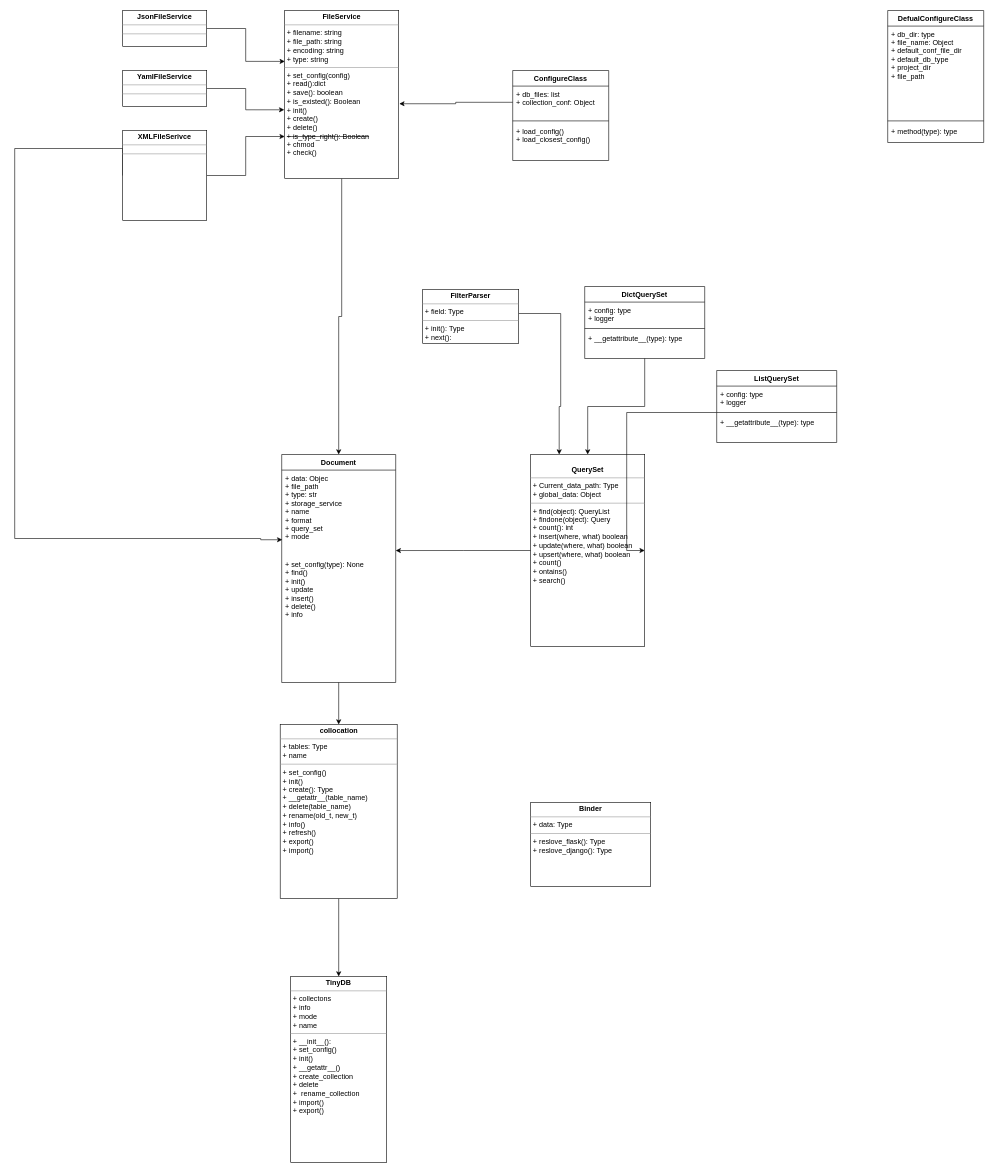
liangsqrt/FileDB keeps this draw.io diagram as stucture.drawio. Above is the earlier version. Source tidied: cells renumbered, new cells numbered last; positions are measured from the earlier drawing's top-left corner, leaving out a move shared by most shapes. Both pictures are drawn from the tidied source at 60%, with x=0, y=0 at pixel (14, 10).
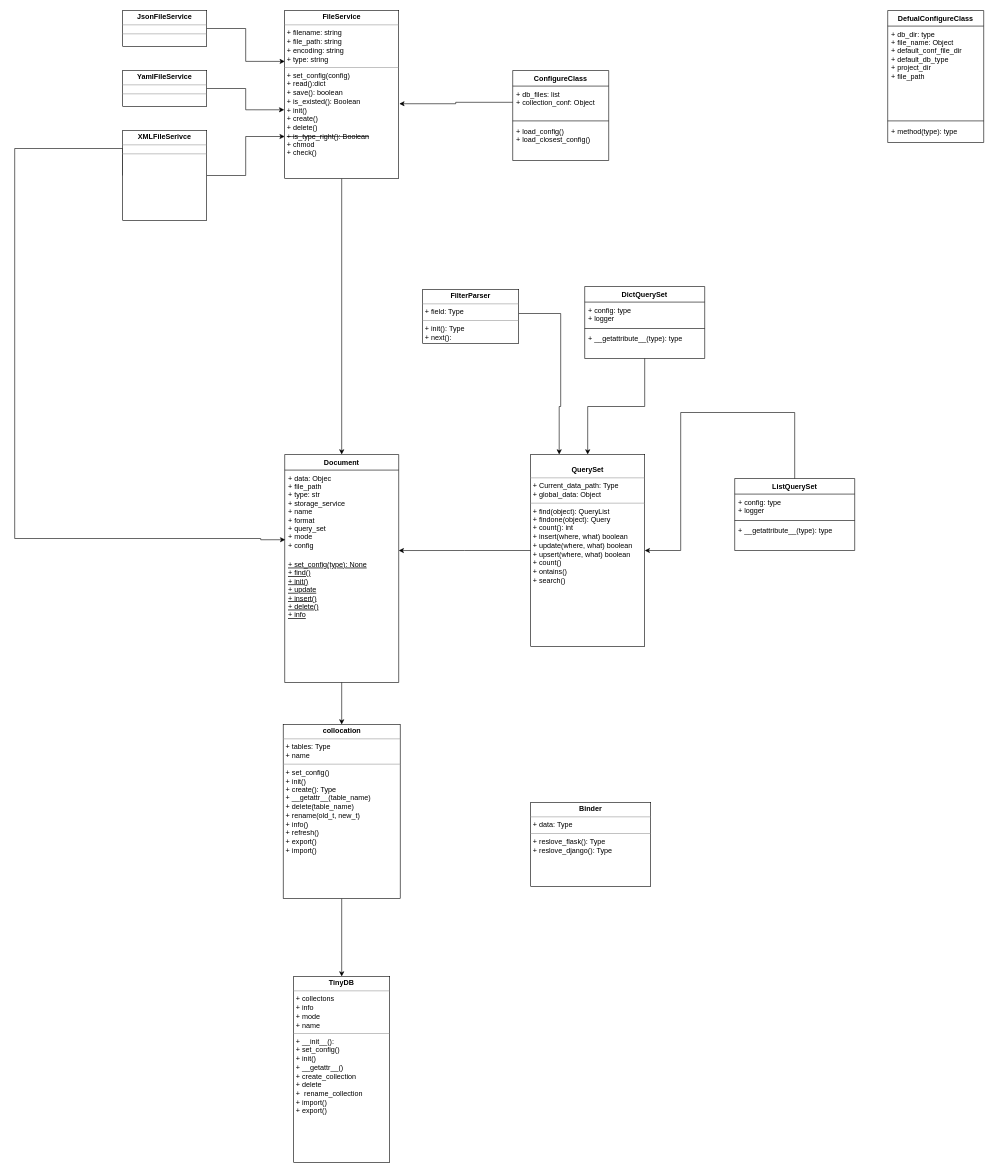
Above is the later version.

Unchanged cells that the change refers to:
```xml
<mxCell id="13" value="&lt;p style=&quot;margin: 0px ; margin-top: 4px ; text-align: center&quot;&gt;&lt;br&gt;&lt;b&gt;QuerySet&lt;/b&gt;&lt;/p&gt;&lt;hr size=&quot;1&quot;&gt;&lt;p style=&quot;margin: 0px ; margin-left: 4px&quot;&gt;+ Current_data_path: Type&lt;br&gt;+ global_data: Object&lt;/p&gt;&lt;hr size=&quot;1&quot;&gt;&lt;p style=&quot;margin: 0px ; margin-left: 4px&quot;&gt;+ find(object): QueryList&lt;br&gt;+ findone(object): Query&lt;/p&gt;&lt;p style=&quot;margin: 0px ; margin-left: 4px&quot;&gt;+ count(): int&lt;/p&gt;&lt;p style=&quot;margin: 0px ; margin-left: 4px&quot;&gt;+ insert(where, what) boolean&lt;/p&gt;&lt;p style=&quot;margin: 0px ; margin-left: 4px&quot;&gt;+ update(where, what) boolean&lt;/p&gt;&lt;p style=&quot;margin: 0px ; margin-left: 4px&quot;&gt;+ upsert(where, what) boolean&lt;/p&gt;&lt;p style=&quot;margin: 0px ; margin-left: 4px&quot;&gt;+ count()&lt;/p&gt;&lt;p style=&quot;margin: 0px ; margin-left: 4px&quot;&gt;+ ontains()&lt;/p&gt;&lt;p style=&quot;margin: 0px ; margin-left: 4px&quot;&gt;+ search()&lt;/p&gt;" style="verticalAlign=top;align=left;overflow=fill;fontSize=12;fontFamily=Helvetica;html=1;" parent="1" vertex="1">
  <mxGeometry x="860" y="740" width="190" height="320" as="geometry" />
</mxCell>
```

Diff of the diagram source:
```diff
@@
     <mxCell id="21" value="ListQuerySet" style="swimlane;fontStyle=1;align=center;verticalAlign=top;horizontal=1;startSize=26;" parent="1" vertex="1">
-      <mxGeometry x="1170" y="600" width="200" height="120" as="geometry" />
+      <mxGeometry x="1200" y="780" width="200" height="120" as="geometry" />
     </mxCell>
@@
+    <mxCell id="39" value="Document" style="swimlane;fontStyle=1;align=center;verticalAlign=top;horizontal=1;startSize=26;" parent="1" vertex="1">
+      <mxGeometry x="450" y="740" width="190" height="380" as="geometry" />
+    </mxCell>
+    <mxCell id="40" value="+ data: Objec&#10;+ file_path&#10;+ type: str&#10;+ storage_service&#10;+ name&#10;+ format&#10;+ query_set&#10;+ mode&#10;+ config" style="text;strokeColor=none;fillColor=none;align=left;verticalAlign=top;spacingLeft=4;spacingRight=4;overflow=hidden;points=[[0,0.5],[1,0.5]];portConstraint=eastwest;" parent="39" vertex="1">
+      <mxGeometry y="26" width="190" height="144" as="geometry" />
+    </mxCell>
+    <mxCell id="41" value="+ set_config(type): None&#10;+ find()&#10;+ init()&#10;+ update&#10;+ insert()&#10;+ delete()&#10;+ info" style="text;strokeColor=none;fillColor=none;align=left;verticalAlign=top;spacingLeft=4;spacingRight=4;overflow=hidden;fontStyle=4;" parent="39" vertex="1">
+      <mxGeometry y="170" width="190" height="210" as="geometry" />
+    </mxCell>
     <mxCell id="25" value="&lt;p style=&quot;margin: 0px ; margin-top: 4px ; text-align: center&quot;&gt;&lt;b&gt;TinyDB&lt;/b&gt;&lt;/p&gt;&lt;hr size=&quot;1&quot;&gt;&lt;p style=&quot;margin: 0px ; margin-left: 4px&quot;&gt;&lt;span&gt;+ collectons&lt;/span&gt;&lt;br&gt;&lt;/p&gt;&lt;p style=&quot;margin: 0px ; margin-left: 4px&quot;&gt;&lt;span&gt;+ info&lt;/span&gt;&lt;/p&gt;&lt;p style=&quot;margin: 0px ; margin-left: 4px&quot;&gt;&lt;span&gt;+ mode&lt;/span&gt;&lt;/p&gt;&lt;p style=&quot;margin: 0px ; margin-left: 4px&quot;&gt;&lt;span&gt;+ name&lt;/span&gt;&lt;/p&gt;&lt;hr size=&quot;1&quot;&gt;&lt;p style=&quot;margin: 0px ; margin-left: 4px&quot;&gt;+ __init__():&amp;nbsp;&lt;/p&gt;&lt;p style=&quot;margin: 0px ; margin-left: 4px&quot;&gt;+ set_config()&lt;/p&gt;&lt;p style=&quot;margin: 0px ; margin-left: 4px&quot;&gt;+ init()&lt;/p&gt;&lt;p style=&quot;margin: 0px ; margin-left: 4px&quot;&gt;+ __getattr__()&lt;/p&gt;&lt;p style=&quot;margin: 0px ; margin-left: 4px&quot;&gt;+ create_collection&lt;/p&gt;&lt;p style=&quot;margin: 0px ; margin-left: 4px&quot;&gt;+ delete&lt;/p&gt;&lt;p style=&quot;margin: 0px ; margin-left: 4px&quot;&gt;+&amp;nbsp; rename_collection&lt;/p&gt;&lt;p style=&quot;margin: 0px ; margin-left: 4px&quot;&gt;+ import()&lt;/p&gt;&lt;p style=&quot;margin: 0px ; margin-left: 4px&quot;&gt;+ export()&lt;/p&gt;" style="verticalAlign=top;align=left;overflow=fill;fontSize=12;fontFamily=Helvetica;html=1;" parent="1" vertex="1">
-      <mxGeometry x="460" y="1610" width="160" height="310" as="geometry" />
+      <mxGeometry x="465" y="1610" width="160" height="310" as="geometry" />
     </mxCell>
@@
     <mxCell id="33" style="edgeStyle=orthogonalEdgeStyle;rounded=0;jettySize=auto;html=1;entryX=1;entryY=0.5;entryDx=0;entryDy=0;" parent="1" edge="1" source="21" target="13">
       <mxGeometry relative="1" as="geometry">
         <Array as="points">
-          <mxPoint x="1020" y="670" />
-          <mxPoint x="1020" y="900" />
+          <mxPoint x="1300" y="670" />
+          <mxPoint x="1110" y="670" />
+          <mxPoint x="1110" y="900" />
         </Array>
       </mxGeometry>
     </mxCell>
@@
     <mxCell id="36" value="&lt;p style=&quot;margin: 0px ; margin-top: 4px ; text-align: center&quot;&gt;&lt;b&gt;collocation&lt;/b&gt;&lt;/p&gt;&lt;hr size=&quot;1&quot;&gt;&lt;p style=&quot;margin: 0px ; margin-left: 4px&quot;&gt;+ tables: Type&lt;/p&gt;&lt;p style=&quot;margin: 0px ; margin-left: 4px&quot;&gt;+ name&lt;/p&gt;&lt;hr size=&quot;1&quot;&gt;&lt;p style=&quot;margin: 0px ; margin-left: 4px&quot;&gt;+ set_config()&lt;/p&gt;&lt;p style=&quot;margin: 0px ; margin-left: 4px&quot;&gt;+ init()&lt;/p&gt;&lt;p style=&quot;margin: 0px ; margin-left: 4px&quot;&gt;+ create(): Type&lt;/p&gt;&lt;p style=&quot;margin: 0px ; margin-left: 4px&quot;&gt;+ __getattr__(table_name)&lt;/p&gt;&lt;p style=&quot;margin: 0px ; margin-left: 4px&quot;&gt;+ delete(table_name)&lt;/p&gt;&lt;p style=&quot;margin: 0px ; margin-left: 4px&quot;&gt;+ rename(old_t, new_t)&lt;/p&gt;&lt;p style=&quot;margin: 0px ; margin-left: 4px&quot;&gt;+ info()&lt;/p&gt;&lt;p style=&quot;margin: 0px ; margin-left: 4px&quot;&gt;+ refresh()&lt;/p&gt;&lt;p style=&quot;margin: 0px ; margin-left: 4px&quot;&gt;+ export()&lt;/p&gt;&lt;p style=&quot;margin: 0px ; margin-left: 4px&quot;&gt;+ import()&lt;/p&gt;" style="verticalAlign=top;align=left;overflow=fill;fontSize=12;fontFamily=Helvetica;html=1;" parent="1" vertex="1">
-      <mxGeometry x="442.5" y="1190" width="195" height="290" as="geometry" />
+      <mxGeometry x="447.5" y="1190" width="195" height="290" as="geometry" />
     </mxCell>
@@
-    <mxCell id="39" value="Document" style="swimlane;fontStyle=1;align=center;verticalAlign=top;horizontal=1;startSize=26;" parent="1" vertex="1">
-      <mxGeometry x="445" y="740" width="190" height="380" as="geometry" />
-    </mxCell>
-    <mxCell id="40" value="+ data: Objec&#10;+ file_path&#10;+ type: str&#10;+ storage_service&#10;+ name&#10;+ format&#10;+ query_set&#10;+ mode" style="text;strokeColor=none;fillColor=none;align=left;verticalAlign=top;spacingLeft=4;spacingRight=4;overflow=hidden;points=[[0,0.5],[1,0.5]];portConstraint=eastwest;" parent="39" vertex="1">
-      <mxGeometry y="26" width="190" height="144" as="geometry" />
-    </mxCell>
-    <mxCell id="41" value="+ set_config(type): None&#10;+ find()&#10;+ init()&#10;+ update&#10;+ insert()&#10;+ delete()&#10;+ info" style="text;strokeColor=none;fillColor=none;align=left;verticalAlign=top;spacingLeft=4;spacingRight=4;overflow=hidden;" parent="39" vertex="1">
-      <mxGeometry y="170" width="190" height="210" as="geometry" />
-    </mxCell>
```
